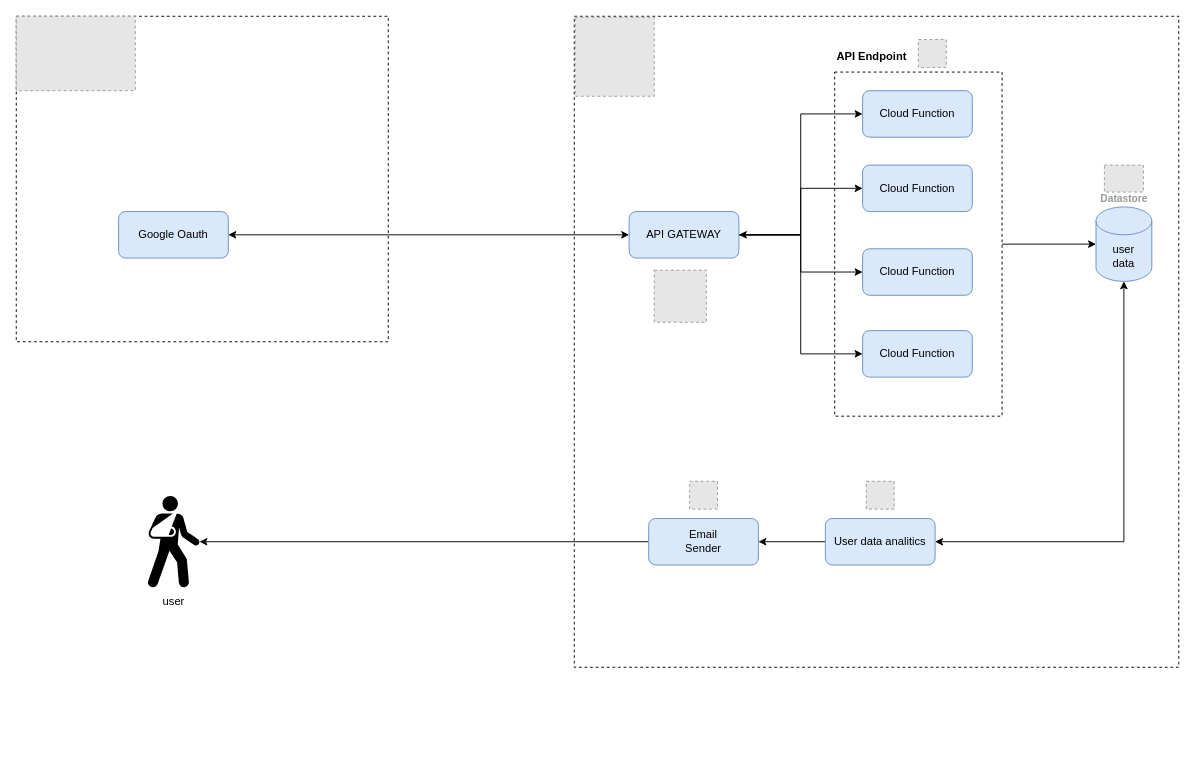
Calis-Top-10/CalisAPI keeps this draw.io diagram as calis.drawio. Above is the earlier version. Source tidied: cells renumbered, new cells numbered last; positions are measured from the earlier drawing's top-left corner, leaving out a move shared by most shapes. Both pictures are drawn from the tidied source at 93%, with x=0, y=0 at pixel (16, 16). Pictures stored in the file or linked from it are replaced by grey dashed boxes.
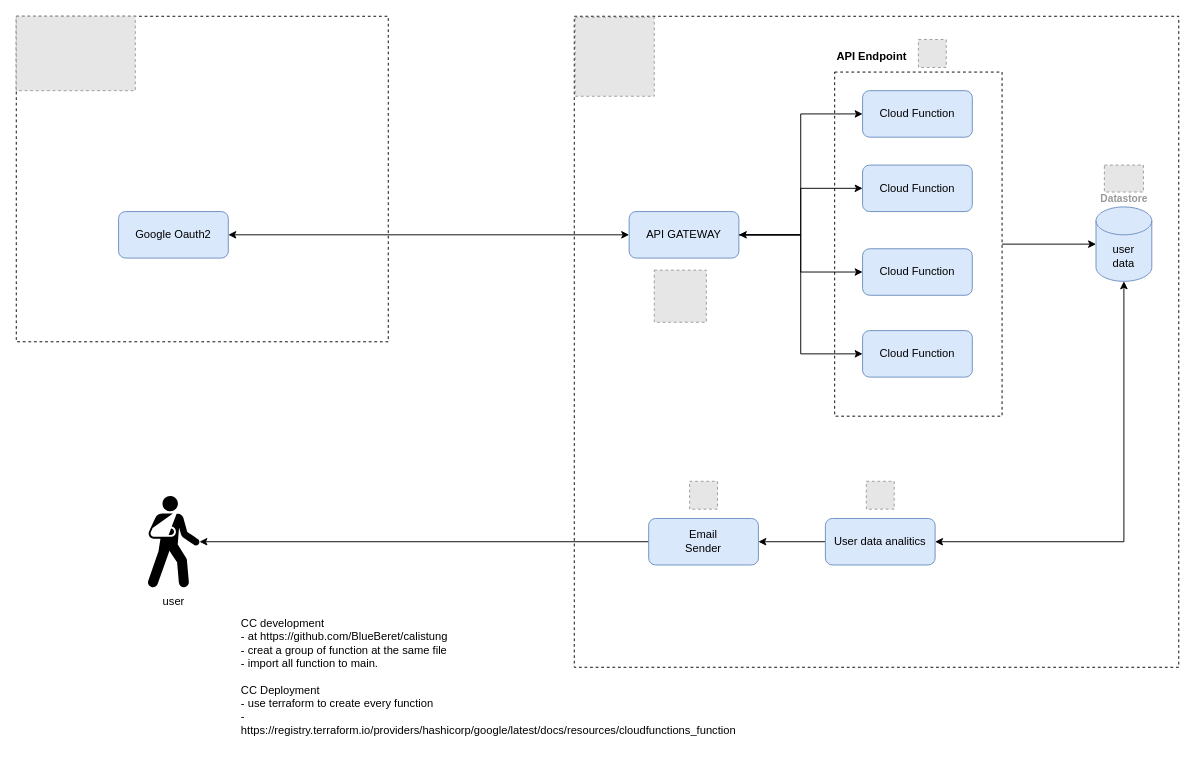
After the change.

The edit, as a diff of the source:
```diff
@@
-    <mxCell id="24" value="Google Oauth" style="rounded=1;whiteSpace=wrap;html=1;fillColor=#dae8fc;strokeColor=#6c8ebf;" parent="1" vertex="1">
+    <mxCell id="24" value="Google Oauth2" style="rounded=1;whiteSpace=wrap;html=1;fillColor=#dae8fc;strokeColor=#6c8ebf;" parent="1" vertex="1">
       <mxGeometry x="110" y="210" width="118" height="50" as="geometry" />
     </mxCell>
@@
+    <mxCell id="32" value="&lt;div&gt;CC development&lt;/div&gt;&lt;div&gt;- at https://github.com/BlueBeret/calistung&lt;/div&gt;&lt;div&gt;- creat a group of function at the same file&lt;/div&gt;&lt;div&gt;- import all function to main.&lt;/div&gt;&lt;div&gt;&lt;br&gt;&lt;/div&gt;&lt;div&gt;CC Deployment&lt;/div&gt;&lt;div&gt;- use terraform to create every function&lt;/div&gt;&lt;div&gt;- https://registry.terraform.io/providers/hashicorp/google/latest/docs/resources/cloudfunctions_function&lt;/div&gt;" style="text;html=1;strokeColor=none;fillColor=none;align=left;verticalAlign=middle;whiteSpace=wrap;rounded=0;" parent="1" vertex="1">
+      <mxGeometry x="240" y="614.5" width="340" height="190" as="geometry" />
+    </mxCell>
```
